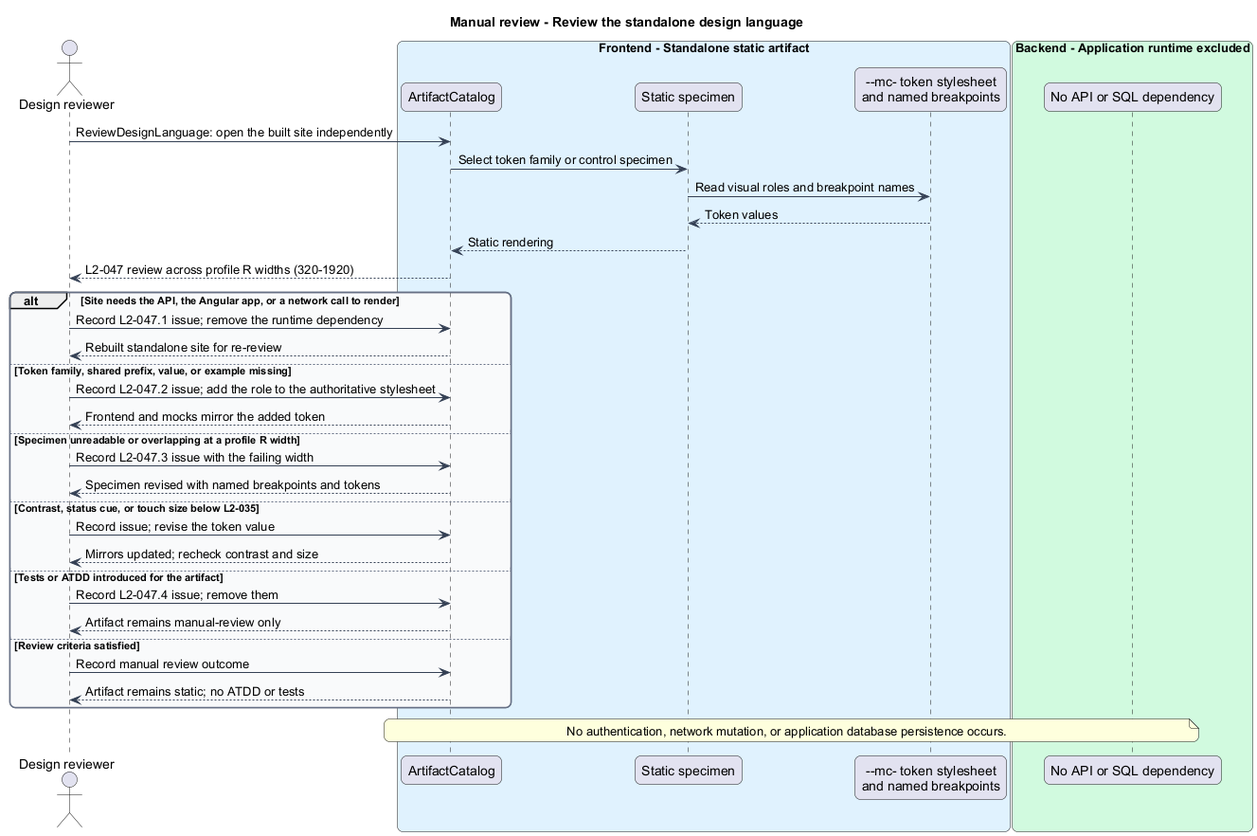
Above: docs/detailed-designs/artifacts/review-design-language/diagrams/sequence-review.png in QuinntyneBrown/mission-control (PlantUML), before the change.
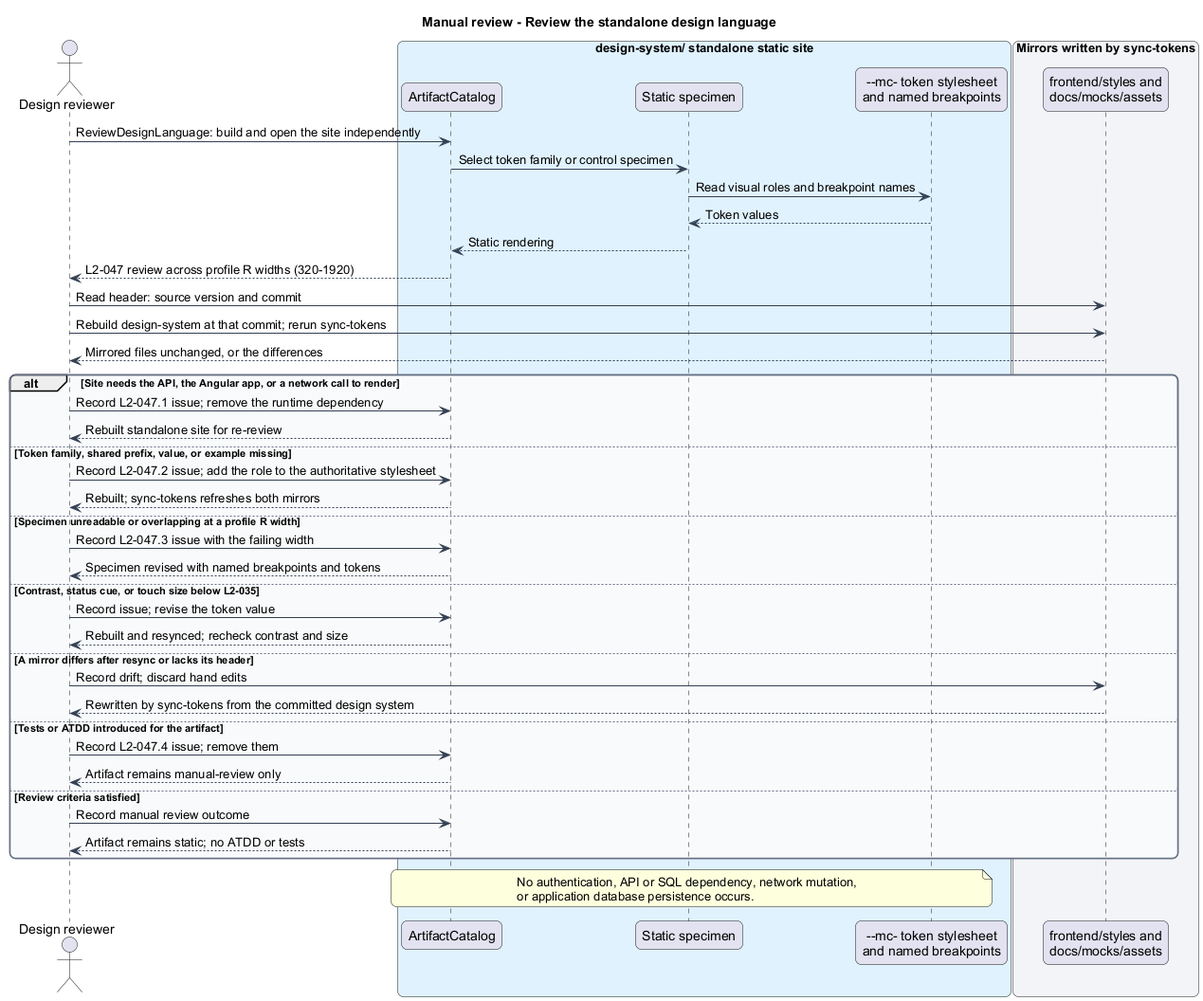
The same file after the commit.

Diff of the diagram source:
```diff
@@ -15,32 +15,38 @@
 }
 title Manual review - Review the standalone design language
 actor "Design reviewer" as reviewer
-box "Frontend - Standalone static artifact" #E0F2FE
+box "design-system/ standalone static site" #E0F2FE
   participant "ArtifactCatalog" as catalog
   participant "Static specimen" as example
   participant "--mc- token stylesheet\nand named breakpoints" as tokens
 end box
-box "Backend - Application runtime excluded" #D1FADF
-  participant "No API or SQL dependency" as excluded
+box "Mirrors written by sync-tokens" #F2F4F7
+  participant "frontend/styles and\ndocs/mocks/assets" as mirrors
 end box
-reviewer -> catalog : ReviewDesignLanguage: open the built site independently
+reviewer -> catalog : ReviewDesignLanguage: build and open the site independently
 catalog -> example : Select token family or control specimen
 example -> tokens : Read visual roles and breakpoint names
 tokens --> example : Token values
 example --> catalog : Static rendering
 catalog --> reviewer : L2-047 review across profile R widths (320-1920)
+reviewer -> mirrors : Read header: source version and commit
+reviewer -> mirrors : Rebuild design-system at that commit; rerun sync-tokens
+mirrors --> reviewer : Mirrored files unchanged, or the differences
 alt Site needs the API, the Angular app, or a network call to render
   reviewer -> catalog : Record L2-047.1 issue; remove the runtime dependency
   catalog --> reviewer : Rebuilt standalone site for re-review
 else Token family, shared prefix, value, or example missing
   reviewer -> catalog : Record L2-047.2 issue; add the role to the authoritative stylesheet
-  catalog --> reviewer : Frontend and mocks mirror the added token
+  catalog --> reviewer : Rebuilt; sync-tokens refreshes both mirrors
 else Specimen unreadable or overlapping at a profile R width
   reviewer -> catalog : Record L2-047.3 issue with the failing width
   catalog --> reviewer : Specimen revised with named breakpoints and tokens
 else Contrast, status cue, or touch size below L2-035
   reviewer -> catalog : Record issue; revise the token value
-  catalog --> reviewer : Mirrors updated; recheck contrast and size
+  catalog --> reviewer : Rebuilt and resynced; recheck contrast and size
+else A mirror differs after resync or lacks its header
+  reviewer -> mirrors : Record drift; discard hand edits
+  mirrors --> reviewer : Rewritten by sync-tokens from the committed design system
 else Tests or ATDD introduced for the artifact
   reviewer -> catalog : Record L2-047.4 issue; remove them
   catalog --> reviewer : Artifact remains manual-review only
@@ -48,7 +54,8 @@
   reviewer -> catalog : Record manual review outcome
   catalog --> reviewer : Artifact remains static; no ATDD or tests
 end
-note over catalog, excluded
-No authentication, network mutation, or application database persistence occurs.
+note over catalog, tokens
+No authentication, API or SQL dependency, network mutation,
+or application database persistence occurs.
 end note
 @enduml
```
